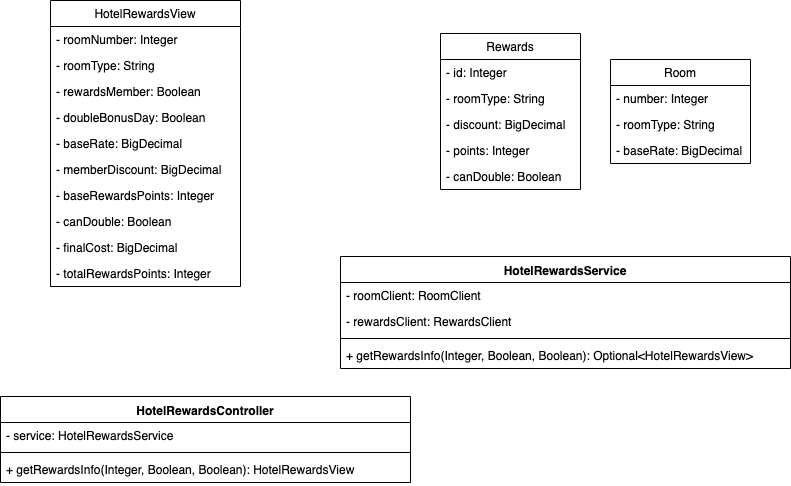
Before: uml-class-diagram.png, a diagram exported from draw.io (Huhspaniel/hotel-booking-project). Source tidied: cells renumbered, new cells last; positions are measured from the earlier drawing's top-left corner, leaving out a move shared by most shapes.
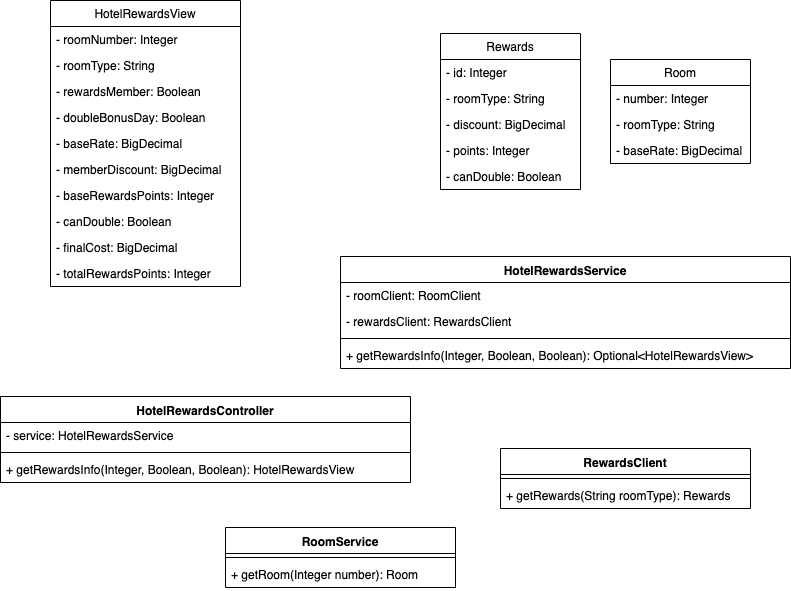
After the change.

The edit, as a diff of the source:
```diff
@@ -92,5 +92,23 @@
     <mxCell id="31" value="+ getRewardsInfo(Integer, Boolean, Boolean): HotelRewardsView" style="text;strokeColor=none;fillColor=none;align=left;verticalAlign=top;spacingLeft=4;spacingRight=4;overflow=hidden;" parent="28" vertex="1">
       <mxGeometry y="60" width="410" height="26" as="geometry" />
     </mxCell>
+    <mxCell id="32" value="RewardsClient" style="swimlane;fontStyle=1;align=center;verticalAlign=top;horizontal=1;startSize=26;" parent="1" vertex="1">
+      <mxGeometry x="500" y="448" width="250" height="60" as="geometry" />
+    </mxCell>
+    <mxCell id="33" style="line;strokeWidth=1;fillColor=none;align=left;verticalAlign=middle;spacingTop=-1;spacingLeft=3;spacingRight=3;labelPosition=right;" parent="32" vertex="1">
+      <mxGeometry y="26" width="250" height="8" as="geometry" />
+    </mxCell>
+    <mxCell id="34" value="+ getRewards(String roomType): Rewards" style="text;strokeColor=none;fillColor=none;align=left;verticalAlign=top;spacingLeft=4;spacingRight=4;overflow=hidden;" parent="32" vertex="1">
+      <mxGeometry y="34" width="250" height="26" as="geometry" />
+    </mxCell>
+    <mxCell id="35" value="RoomService" style="swimlane;fontStyle=1;align=center;verticalAlign=top;horizontal=1;startSize=26;" parent="1" vertex="1">
+      <mxGeometry x="225" y="527" width="230" height="60" as="geometry" />
+    </mxCell>
+    <mxCell id="36" style="line;strokeWidth=1;fillColor=none;align=left;verticalAlign=middle;spacingTop=-1;spacingLeft=3;spacingRight=3;labelPosition=right;" parent="35" vertex="1">
+      <mxGeometry y="26" width="230" height="8" as="geometry" />
+    </mxCell>
+    <mxCell id="37" value="+ getRoom(Integer number): Room" style="text;strokeColor=none;fillColor=none;align=left;verticalAlign=top;spacingLeft=4;spacingRight=4;overflow=hidden;" parent="35" vertex="1">
+      <mxGeometry y="34" width="230" height="26" as="geometry" />
+    </mxCell>
   </root>
 </mxGraphModel>
```
